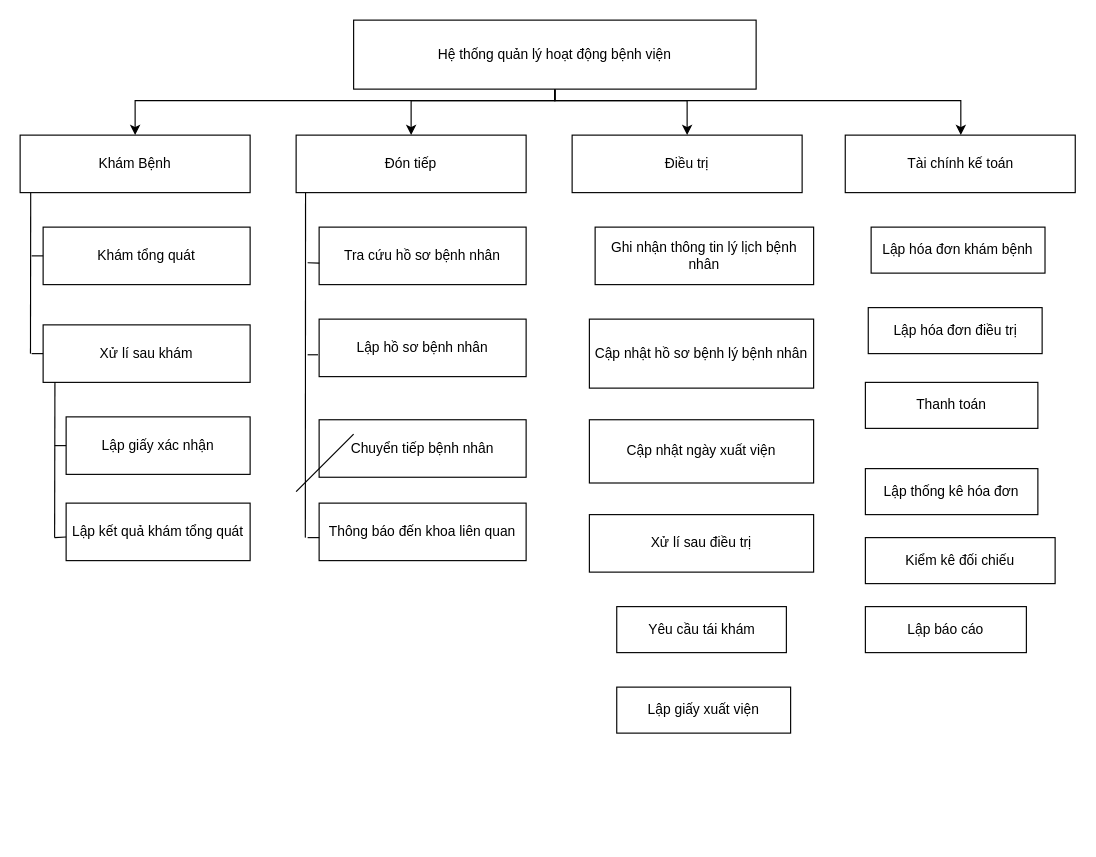
This is PhanRaChucNang.drawio from Nhatran241/HTTT, a draw.io file, before an edit. Source tidied: cells renumbered, new cells numbered last; positions are measured from the earlier drawing's top-left corner, leaving out a move shared by most shapes. Both pictures are drawn from the tidied source at 115%, with x=0, y=0 at pixel (20, 20).
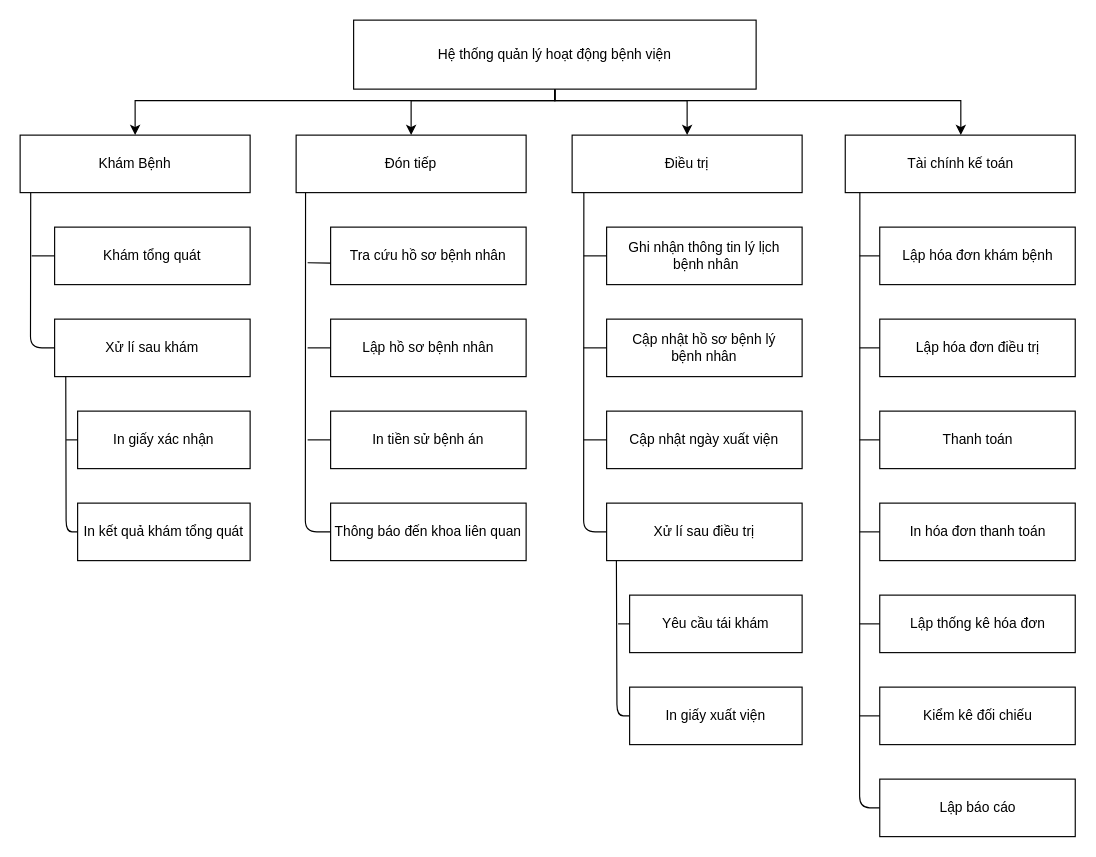
The same page after the edit.

Commit message:
Xong Phan Ra

The change refers to these unchanged cells:
```xml
<mxCell id="7" value="Khám Bệnh" style="rounded=0;whiteSpace=wrap;html=1;" parent="1" vertex="1">
  <mxGeometry y="100" width="200" height="50" as="geometry" />
</mxCell>
<mxCell id="10" value="Đón tiếp" style="rounded=0;whiteSpace=wrap;html=1;" parent="1" vertex="1">
  <mxGeometry x="240" y="100" width="200" height="50" as="geometry" />
</mxCell>
```

What changed in the source:
```diff
@@
     <mxCell id="8" value="Khám tổng quát" style="rounded=0;whiteSpace=wrap;html=1;" parent="1" vertex="1">
-      <mxGeometry x="20" y="180" width="180" height="50" as="geometry" />
+      <mxGeometry x="30" y="180" width="170" height="50" as="geometry" />
     </mxCell>
     <mxCell id="9" value="Xử lí sau khám" style="rounded=0;whiteSpace=wrap;html=1;" parent="1" vertex="1">
-      <mxGeometry x="20" y="265" width="180" height="50" as="geometry" />
+      <mxGeometry x="30" y="260" width="170" height="50" as="geometry" />
     </mxCell>
@@
     <mxCell id="11" value="Tra cứu hồ sơ bệnh nhân" style="rounded=0;whiteSpace=wrap;html=1;" parent="1" vertex="1">
-      <mxGeometry x="260" y="180" width="180" height="50" as="geometry" />
+      <mxGeometry x="270" y="180" width="170" height="50" as="geometry" />
     </mxCell>
     <mxCell id="12" value="Lập hồ sơ bệnh nhân" style="rounded=0;whiteSpace=wrap;html=1;" parent="1" vertex="1">
-      <mxGeometry x="260" y="260" width="180" height="50" as="geometry" />
+      <mxGeometry x="270" y="260" width="170" height="50" as="geometry" />
     </mxCell>
-    <mxCell id="13" value="Chuyển tiếp bệnh nhân" style="rounded=0;whiteSpace=wrap;html=1;" parent="1" vertex="1">
-      <mxGeometry x="260" y="347.5" width="180" height="50" as="geometry" />
+    <mxCell id="13" value="In tiền sử bệnh án" style="rounded=0;whiteSpace=wrap;html=1;" parent="1" vertex="1">
+      <mxGeometry x="270" y="340" width="170" height="50" as="geometry" />
     </mxCell>
-    <mxCell id="14" value="Lập giấy xác nhận" style="rounded=0;whiteSpace=wrap;html=1;" parent="1" vertex="1">
-      <mxGeometry x="40" y="345" width="160" height="50" as="geometry" />
+    <mxCell id="14" value="In giấy xác nhận" style="rounded=0;whiteSpace=wrap;html=1;" parent="1" vertex="1">
+      <mxGeometry x="50" y="340" width="150" height="50" as="geometry" />
     </mxCell>
-    <mxCell id="15" value="Lập kết quả khám tổng quát" style="rounded=0;whiteSpace=wrap;html=1;" parent="1" vertex="1">
-      <mxGeometry x="40" y="420" width="160" height="50" as="geometry" />
+    <mxCell id="15" value="In kết quả khám tổng quát" style="rounded=0;whiteSpace=wrap;html=1;" parent="1" vertex="1">
+      <mxGeometry x="50" y="420" width="150" height="50" as="geometry" />
     </mxCell>
@@
-    <mxCell id="17" value="Ghi nhận thông tin lý lịch bệnh nhân" style="rounded=0;whiteSpace=wrap;html=1;" parent="1" vertex="1">
-      <mxGeometry x="500" y="180" width="190" height="50" as="geometry" />
+    <mxCell id="17" value="Ghi nhận thông tin lý lịch&lt;br&gt;&amp;nbsp;bệnh nhân" style="rounded=0;whiteSpace=wrap;html=1;" parent="1" vertex="1">
+      <mxGeometry x="510" y="180" width="170" height="50" as="geometry" />
     </mxCell>
-    <mxCell id="18" value="Cập nhật hồ sơ bệnh lý bệnh nhân" style="rounded=0;whiteSpace=wrap;html=1;" parent="1" vertex="1">
-      <mxGeometry x="495" y="260" width="195" height="60" as="geometry" />
+    <mxCell id="18" value="Cập nhật hồ sơ bệnh lý &lt;br&gt;bệnh nhân" style="rounded=0;whiteSpace=wrap;html=1;" parent="1" vertex="1">
+      <mxGeometry x="510" y="260" width="170" height="50" as="geometry" />
     </mxCell>
     <mxCell id="19" value="Cập nhật ngày xuất viện" style="rounded=0;whiteSpace=wrap;html=1;" parent="1" vertex="1">
-      <mxGeometry x="495" y="347.5" width="195" height="55" as="geometry" />
+      <mxGeometry x="510" y="340" width="170" height="50" as="geometry" />
     </mxCell>
     <mxCell id="20" value="Xử lí sau điều trị" style="rounded=0;whiteSpace=wrap;html=1;" parent="1" vertex="1">
-      <mxGeometry x="495" y="430" width="195" height="50" as="geometry" />
+      <mxGeometry x="510" y="420" width="170" height="50" as="geometry" />
     </mxCell>
     <mxCell id="21" value="Yêu cầu tái khám" style="rounded=0;whiteSpace=wrap;html=1;" parent="1" vertex="1">
-      <mxGeometry x="518.8" y="510" width="147.5" height="40" as="geometry" />
+      <mxGeometry x="530" y="500" width="150" height="50" as="geometry" />
     </mxCell>
-    <mxCell id="22" value="Lập giấy xuất viện" style="rounded=0;whiteSpace=wrap;html=1;" parent="1" vertex="1">
-      <mxGeometry x="518.8" y="580" width="151.2" height="40" as="geometry" />
+    <mxCell id="22" value="In giấy xuất viện" style="rounded=0;whiteSpace=wrap;html=1;" parent="1" vertex="1">
+      <mxGeometry x="530" y="580" width="150" height="50" as="geometry" />
     </mxCell>
     <mxCell id="23" value="Lập hóa đơn điều trị" style="rounded=0;whiteSpace=wrap;html=1;" parent="1" vertex="1">
-      <mxGeometry x="737.5" y="250" width="151.2" height="40" as="geometry" />
+      <mxGeometry x="747.5" y="260" width="170" height="50" as="geometry" />
     </mxCell>
@@
     <mxCell id="25" value="Lập thống kê hóa đơn" style="rounded=0;whiteSpace=wrap;html=1;" parent="1" vertex="1">
-      <mxGeometry x="735" y="390" width="150" height="40" as="geometry" />
+      <mxGeometry x="747.5" y="500" width="170" height="50" as="geometry" />
     </mxCell>
     <mxCell id="26" value="Kiểm kê đối chiếu" style="rounded=0;whiteSpace=wrap;html=1;" parent="1" vertex="1">
-      <mxGeometry x="735" y="450" width="165" height="40" as="geometry" />
+      <mxGeometry x="747.5" y="580" width="170" height="50" as="geometry" />
     </mxCell>
     <mxCell id="27" value="Lập báo cáo" style="rounded=0;whiteSpace=wrap;html=1;" parent="1" vertex="1">
-      <mxGeometry x="735" y="510" width="140" height="40" as="geometry" />
+      <mxGeometry x="747.5" y="660" width="170" height="50" as="geometry" />
     </mxCell>
     <mxCell id="28" value="Lập hóa đơn khám bệnh" style="rounded=0;whiteSpace=wrap;html=1;" parent="1" vertex="1">
-      <mxGeometry x="740" y="180" width="151.2" height="40" as="geometry" />
+      <mxGeometry x="747.5" y="180" width="170" height="50" as="geometry" />
     </mxCell>
     <mxCell id="29" value="Thông báo đến khoa liên quan" style="rounded=0;whiteSpace=wrap;html=1;" parent="1" vertex="1">
-      <mxGeometry x="260" y="420" width="180" height="50" as="geometry" />
+      <mxGeometry x="270" y="420" width="170" height="50" as="geometry" />
     </mxCell>
     <mxCell id="30" value="Thanh toán" style="rounded=0;whiteSpace=wrap;html=1;" parent="1" vertex="1">
-      <mxGeometry x="735" y="315" width="150" height="40" as="geometry" />
+      <mxGeometry x="747.5" y="340" width="170" height="50" as="geometry" />
     </mxCell>
-    <mxCell id="31" style="endArrow=none;html=1;entryX=0.046;entryY=1.005;entryDx=0;entryDy=0;entryPerimeter=0;" parent="1" edge="1" target="7">
+    <mxCell id="31" style="endArrow=none;html=1;entryX=0.046;entryY=1.005;entryDx=0;entryDy=0;entryPerimeter=0;exitX=0;exitY=0.5;exitDx=0;exitDy=0;" parent="1" edge="1" source="9" target="7">
       <mxGeometry relative="1" as="geometry">
-        <mxPoint x="9" y="290" as="sourcePoint" />
+        <Array as="points">
+          <mxPoint x="9" y="285" />
+        </Array>
       </mxGeometry>
     </mxCell>
@@
-    <mxCell id="33" style="endArrow=none;html=1;entryX=0;entryY=0.5;entryDx=0;entryDy=0;" parent="1" edge="1" target="9">
-      <mxGeometry relative="1" as="geometry">
-        <mxPoint x="10" y="290" as="sourcePoint" />
-      </mxGeometry>
-    </mxCell>
-    <mxCell id="34" style="endArrow=none;html=1;entryX=0.057;entryY=0.994;entryDx=0;entryDy=0;entryPerimeter=0;" parent="1" edge="1" target="9">
+    <mxCell id="34" style="endArrow=none;html=1;entryX=0.057;entryY=0.994;entryDx=0;entryDy=0;entryPerimeter=0;exitX=0;exitY=0.5;exitDx=0;exitDy=0;" parent="1" edge="1" source="15" target="9">
       <mxGeometry relative="1" as="geometry">
-        <mxPoint x="30" y="450" as="sourcePoint" />
+        <Array as="points">
+          <mxPoint x="40" y="445" />
+        </Array>
       </mxGeometry>
     </mxCell>
-    <mxCell id="35" style="endArrow=none;html=1;entryX=0;entryY=0.5;entryDx=0;entryDy=0;" parent="1" edge="1" target="14">
-      <mxGeometry relative="1" as="geometry">
-        <mxPoint x="30" y="370" as="sourcePoint" />
-      </mxGeometry>
-    </mxCell>
-    <mxCell id="36" style="endArrow=none;html=1;" parent="1" edge="1" target="15">
-      <mxGeometry relative="1" as="geometry">
-        <mxPoint x="30" y="450" as="sourcePoint" />
-      </mxGeometry>
-    </mxCell>
-    <mxCell id="37" style="endArrow=none;html=1;entryX=0.041;entryY=1.005;entryDx=0;entryDy=0;entryPerimeter=0;" parent="1" edge="1" target="10">
+    <mxCell id="37" style="endArrow=none;html=1;entryX=0.041;entryY=1.005;entryDx=0;entryDy=0;entryPerimeter=0;exitX=0;exitY=0.5;exitDx=0;exitDy=0;" parent="1" edge="1" source="29" target="10">
       <mxGeometry relative="1" as="geometry">
-        <mxPoint x="248" y="450" as="sourcePoint" />
+        <Array as="points">
+          <mxPoint x="248" y="445" />
+        </Array>
       </mxGeometry>
     </mxCell>
@@
-    <mxCell id="39" style="endArrow=none;html=1;" parent="1" edge="1">
-      <mxGeometry relative="1" as="geometry">
-        <mxPoint x="250" y="291" as="sourcePoint" />
-        <mxPoint x="259" y="291" as="targetPoint" />
-      </mxGeometry>
-    </mxCell>
-    <mxCell id="40" style="endArrow=none;html=1;entryX=0.001;entryY=0.6;entryDx=0;entryDy=0;entryPerimeter=0;" parent="1" edge="1" target="29">
-      <mxGeometry relative="1" as="geometry">
-        <mxPoint x="250" y="450" as="sourcePoint" />
-      </mxGeometry>
-    </mxCell>
-    <mxCell id="41" style="endArrow=none;html=1;" parent="1" edge="1">
+    <mxCell id="41" style="endArrow=none;html=1;entryX=0;entryY=0.5;entryDx=0;entryDy=0;" parent="1" edge="1" target="13">
       <mxGeometry relative="1" as="geometry">
-        <mxPoint x="240" y="410" as="sourcePoint" />
-        <mxPoint x="290" y="360" as="targetPoint" />
+        <mxPoint x="250" y="365" as="sourcePoint" />
       </mxGeometry>
     </mxCell>
+    <mxCell id="42" style="endArrow=none;html=1;entryX=0.041;entryY=1.005;entryDx=0;entryDy=0;entryPerimeter=0;exitX=0;exitY=0.5;exitDx=0;exitDy=0;" parent="1" edge="1" source="20">
+      <mxGeometry relative="1" as="geometry">
+        <mxPoint x="490.2" y="150" as="targetPoint" />
+        <Array as="points">
+          <mxPoint x="490" y="445" />
+        </Array>
+      </mxGeometry>
+    </mxCell>
+    <mxCell id="43" style="endArrow=none;html=1;entryX=0;entryY=0.5;entryDx=0;entryDy=0;" parent="1" edge="1" target="12">
+      <mxGeometry relative="1" as="geometry">
+        <mxPoint x="250" y="285" as="sourcePoint" />
+      </mxGeometry>
+    </mxCell>
+    <mxCell id="44" style="endArrow=none;html=1;exitX=0;exitY=0.5;exitDx=0;exitDy=0;" parent="1" edge="1" source="14">
+      <mxGeometry relative="1" as="geometry">
+        <mxPoint x="40" y="365" as="targetPoint" />
+      </mxGeometry>
+    </mxCell>
+    <mxCell id="45" style="endArrow=none;html=1;entryX=0;entryY=0.5;entryDx=0;entryDy=0;" parent="1" edge="1" target="17">
+      <mxGeometry relative="1" as="geometry">
+        <mxPoint x="490" y="205" as="sourcePoint" />
+      </mxGeometry>
+    </mxCell>
+    <mxCell id="46" style="endArrow=none;html=1;entryX=0;entryY=0.5;entryDx=0;entryDy=0;" parent="1" edge="1" target="18">
+      <mxGeometry relative="1" as="geometry">
+        <mxPoint x="490" y="285" as="sourcePoint" />
+      </mxGeometry>
+    </mxCell>
+    <mxCell id="47" style="endArrow=none;html=1;entryX=0;entryY=0.5;entryDx=0;entryDy=0;" parent="1" edge="1" target="19">
+      <mxGeometry relative="1" as="geometry">
+        <mxPoint x="490" y="365" as="sourcePoint" />
+      </mxGeometry>
+    </mxCell>
+    <mxCell id="48" style="endArrow=none;html=1;entryX=0.05;entryY=1;entryDx=0;entryDy=0;entryPerimeter=0;exitX=0;exitY=0.5;exitDx=0;exitDy=0;" parent="1" edge="1" source="22" target="20">
+      <mxGeometry relative="1" as="geometry">
+        <Array as="points">
+          <mxPoint x="519" y="605" />
+        </Array>
+      </mxGeometry>
+    </mxCell>
+    <mxCell id="49" style="endArrow=none;html=1;entryX=0;entryY=0.5;entryDx=0;entryDy=0;" parent="1" edge="1" target="21">
+      <mxGeometry relative="1" as="geometry">
+        <mxPoint x="520" y="525" as="sourcePoint" />
+      </mxGeometry>
+    </mxCell>
+    <mxCell id="50" style="endArrow=none;html=1;entryX=0.041;entryY=1.005;entryDx=0;entryDy=0;entryPerimeter=0;exitX=0;exitY=0.5;exitDx=0;exitDy=0;" parent="1" edge="1" source="27">
+      <mxGeometry relative="1" as="geometry">
+        <mxPoint x="730.2" y="150" as="targetPoint" />
+        <Array as="points">
+          <mxPoint x="730" y="685" />
+        </Array>
+      </mxGeometry>
+    </mxCell>
+    <mxCell id="51" style="endArrow=none;html=1;entryX=0;entryY=0.5;entryDx=0;entryDy=0;" parent="1" edge="1" target="28">
+      <mxGeometry relative="1" as="geometry">
+        <mxPoint x="730" y="205" as="sourcePoint" />
+      </mxGeometry>
+    </mxCell>
+    <mxCell id="52" style="endArrow=none;html=1;entryX=0;entryY=0.5;entryDx=0;entryDy=0;" parent="1" edge="1" target="23">
+      <mxGeometry relative="1" as="geometry">
+        <mxPoint x="730" y="285" as="sourcePoint" />
+      </mxGeometry>
+    </mxCell>
+    <mxCell id="53" style="endArrow=none;html=1;entryX=0;entryY=0.5;entryDx=0;entryDy=0;" parent="1" edge="1" target="30">
+      <mxGeometry relative="1" as="geometry">
+        <mxPoint x="730" y="365" as="sourcePoint" />
+      </mxGeometry>
+    </mxCell>
+    <mxCell id="54" style="endArrow=none;html=1;entryX=0;entryY=0.5;entryDx=0;entryDy=0;" parent="1" edge="1" target="25">
+      <mxGeometry relative="1" as="geometry">
+        <mxPoint x="730" y="525" as="sourcePoint" />
+      </mxGeometry>
+    </mxCell>
+    <mxCell id="55" style="endArrow=none;html=1;entryX=0;entryY=0.5;entryDx=0;entryDy=0;" parent="1" edge="1" target="26">
+      <mxGeometry relative="1" as="geometry">
+        <mxPoint x="730" y="605" as="sourcePoint" />
+      </mxGeometry>
+    </mxCell>
+    <mxCell id="56" value="In hóa đơn thanh toán" style="rounded=0;whiteSpace=wrap;html=1;" parent="1" vertex="1">
+      <mxGeometry x="747.5" y="420" width="170" height="50" as="geometry" />
+    </mxCell>
+    <mxCell id="57" style="endArrow=none;html=1;entryX=0;entryY=0.5;entryDx=0;entryDy=0;" parent="1" edge="1" target="56">
+      <mxGeometry relative="1" as="geometry">
+        <mxPoint x="730" y="445" as="sourcePoint" />
+      </mxGeometry>
+    </mxCell>
```
